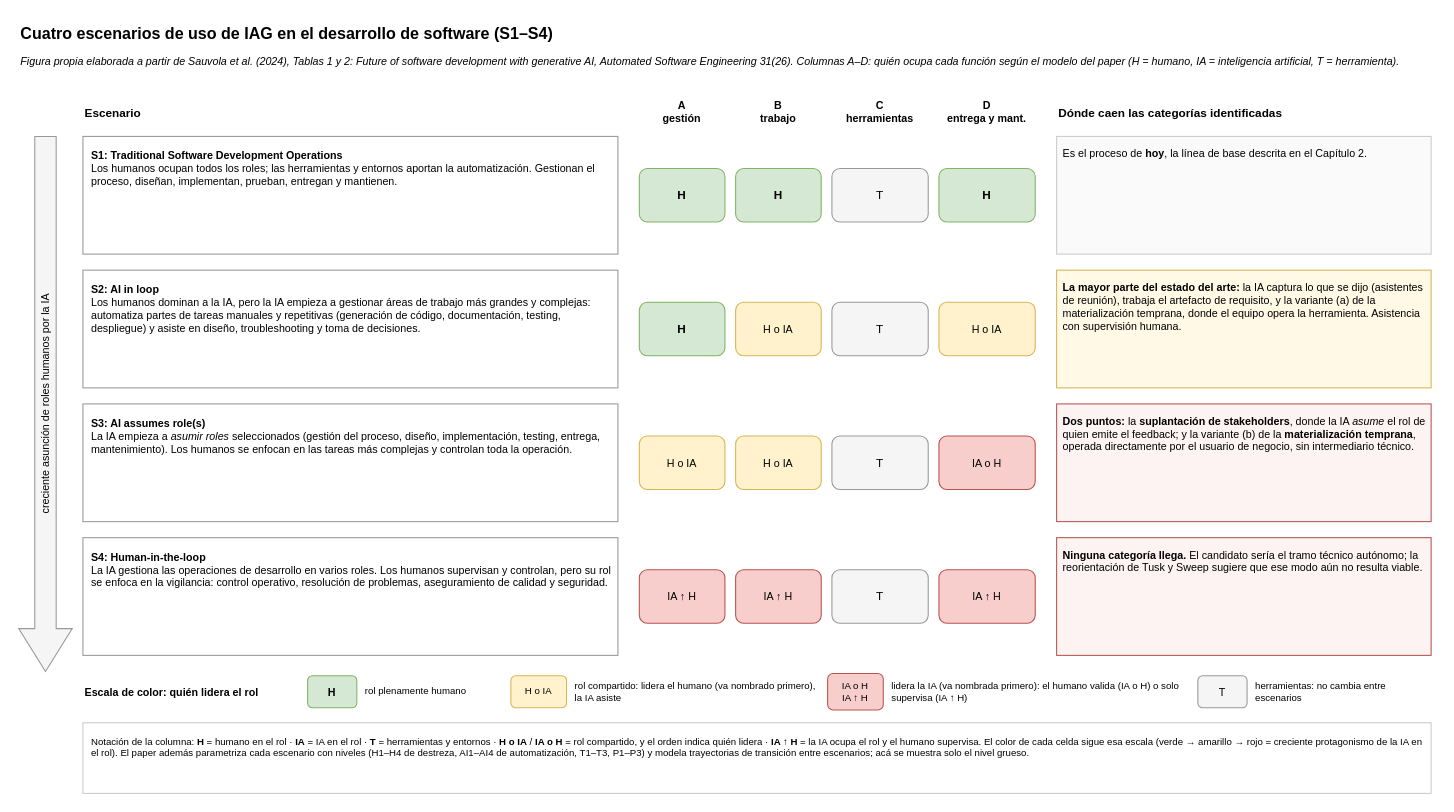
Before: sprint 15/diagramas/escenarios_s1_s4.drawio in vickychappuis/Tesis, a draw.io diagram. Source tidied: cells renumbered, new cells numbered last; positions are measured from the earlier drawing's top-left corner, leaving out a move shared by most shapes. Both pictures are drawn from the tidied source at 107%, with x=0, y=0 at pixel (18, 18).
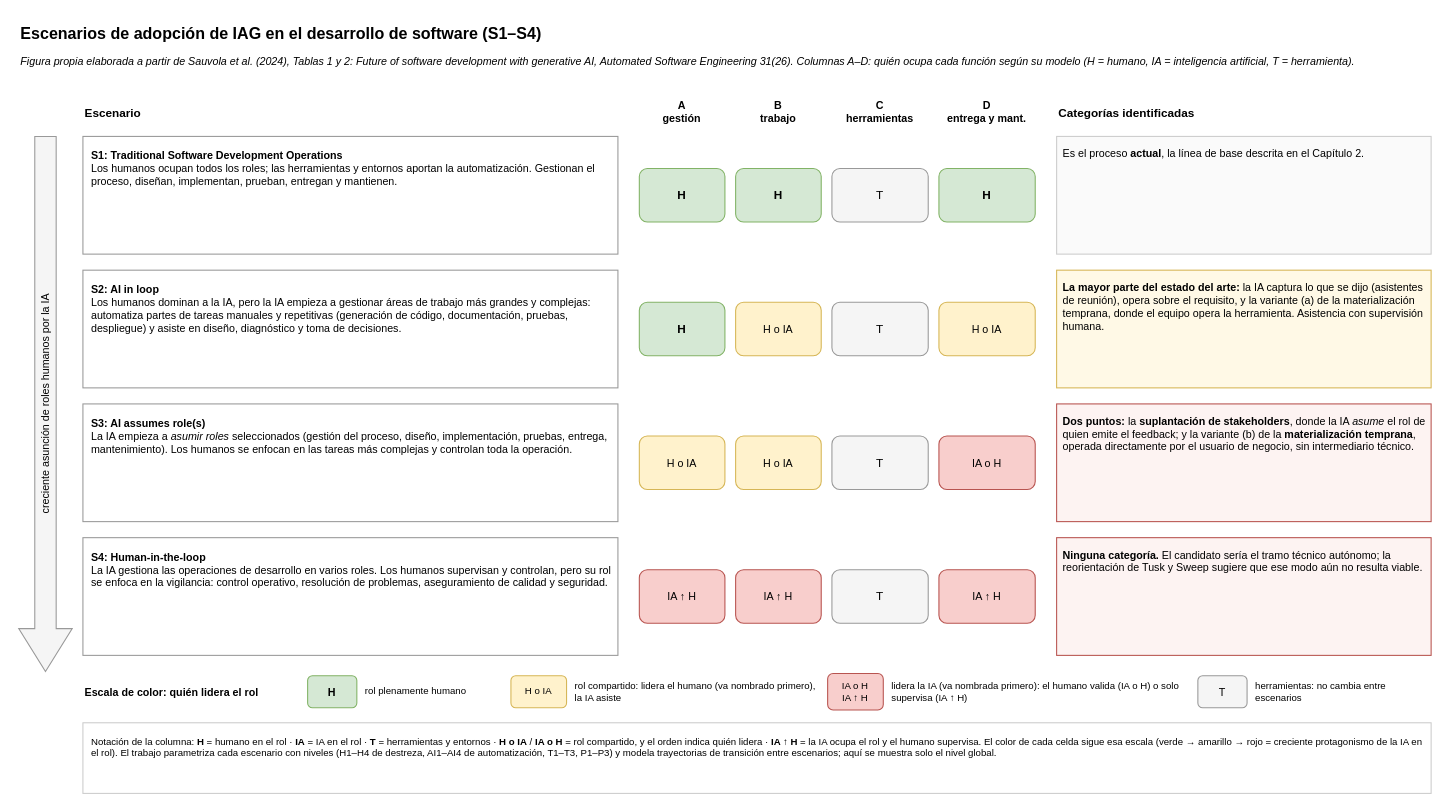
The same diagram, later.

Diff of the diagram source:
```diff
@@
-    <mxCell id="2" value="Cuatro escenarios de uso de IAG en el desarrollo de software (S1–S4)" style="text;html=1;strokeColor=none;fillColor=none;align=left;verticalAlign=middle;fontSize=15;fontStyle=1;" parent="1" vertex="1">
+    <mxCell id="2" value="Escenarios de adopción de IAG en el desarrollo de software (S1–S4)" style="text;html=1;strokeColor=none;fillColor=none;align=left;verticalAlign=middle;fontSize=15;fontStyle=1;" parent="1" vertex="1">
       <mxGeometry width="900" height="26" as="geometry" />
     </mxCell>
-    <mxCell id="3" value="Figura propia elaborada a partir de Sauvola et al. (2024), Tablas 1 y 2: &lt;i&gt;Future of software development with generative AI&lt;/i&gt;, Automated Software Engineering 31(26). Columnas A–D: quién ocupa cada función según el modelo del paper (H = humano, IA = inteligencia artificial, T = herramienta)." style="text;html=1;whiteSpace=wrap;strokeColor=none;fillColor=none;align=left;verticalAlign=top;fontSize=10;fontStyle=2;" parent="1" vertex="1">
+    <mxCell id="3" value="Figura propia elaborada a partir de Sauvola et al. (2024), Tablas 1 y 2: &lt;i&gt;Future of software development with generative AI&lt;/i&gt;, Automated Software Engineering 31(26). Columnas A–D: quién ocupa cada función según su modelo (H = humano, IA = inteligencia artificial, T = herramienta)." style="text;html=1;whiteSpace=wrap;strokeColor=none;fillColor=none;align=left;verticalAlign=top;fontSize=10;fontStyle=2;" parent="1" vertex="1">
       <mxGeometry y="28" width="1320" height="34" as="geometry" />
     </mxCell>
@@
-    <mxCell id="9" value="Dónde caen las categorías identificadas" style="text;html=1;strokeColor=none;fillColor=none;align=left;verticalAlign=middle;fontSize=11;fontStyle=1;" parent="1" vertex="1">
+    <mxCell id="9" value="Categorías identificadas" style="text;html=1;strokeColor=none;fillColor=none;align=left;verticalAlign=middle;fontSize=11;fontStyle=1;" parent="1" vertex="1">
       <mxGeometry x="970" y="76" width="350" height="24" as="geometry" />
     </mxCell>
@@
-    <mxCell id="16" value="Es el proceso de &lt;b&gt;hoy&lt;/b&gt;, la línea de base descrita en el Capítulo 2." style="text;html=1;whiteSpace=wrap;strokeColor=#CCCCCC;fillColor=#FAFAFA;align=left;verticalAlign=top;spacing=6;fontSize=10;" parent="1" vertex="1">
+    <mxCell id="16" value="Es el proceso &lt;b&gt;actual&lt;/b&gt;, la línea de base descrita en el Capítulo 2." style="text;html=1;whiteSpace=wrap;strokeColor=#CCCCCC;fillColor=#FAFAFA;align=left;verticalAlign=top;spacing=6;fontSize=10;" parent="1" vertex="1">
       <mxGeometry x="970" y="110" width="350" height="110" as="geometry" />
     </mxCell>
-    <mxCell id="17" value="&lt;b&gt;S2: AI in loop&lt;/b&gt;&lt;br&gt;Los humanos dominan a la IA, pero la IA empieza a gestionar áreas de trabajo más grandes y complejas: automatiza partes de tareas manuales y repetitivas (generación de código, documentación, testing, despliegue) y asiste en diseño, troubleshooting y toma de decisiones." style="rounded=0;whiteSpace=wrap;html=1;fillColor=#FFFFFF;strokeColor=#999999;align=left;verticalAlign=top;spacing=8;fontSize=10;" parent="1" vertex="1">
+    <mxCell id="17" value="&lt;b&gt;S2: AI in loop&lt;/b&gt;&lt;br&gt;Los humanos dominan a la IA, pero la IA empieza a gestionar áreas de trabajo más grandes y complejas: automatiza partes de tareas manuales y repetitivas (generación de código, documentación, pruebas, despliegue) y asiste en diseño, diagnóstico y toma de decisiones." style="rounded=0;whiteSpace=wrap;html=1;fillColor=#FFFFFF;strokeColor=#999999;align=left;verticalAlign=top;spacing=8;fontSize=10;" parent="1" vertex="1">
       <mxGeometry x="60" y="235" width="500" height="110" as="geometry" />
     </mxCell>
@@
-    <mxCell id="22" value="&lt;b&gt;La mayor parte del estado del arte:&lt;/b&gt; la IA captura lo que se dijo (asistentes de reunión), trabaja el artefacto de requisito, y la variante (a) de la materialización temprana, donde el equipo opera la herramienta. Asistencia con supervisión humana." style="text;html=1;whiteSpace=wrap;strokeColor=#D6B656;fillColor=#FFF9E6;align=left;verticalAlign=top;spacing=6;fontSize=10;" parent="1" vertex="1">
+    <mxCell id="22" value="&lt;b&gt;La mayor parte del estado del arte:&lt;/b&gt; la IA captura lo que se dijo (asistentes de reunión), opera sobre el requisito, y la variante (a) de la materialización temprana, donde el equipo opera la herramienta. Asistencia con supervisión humana." style="text;html=1;whiteSpace=wrap;strokeColor=#D6B656;fillColor=#FFF9E6;align=left;verticalAlign=top;spacing=6;fontSize=10;" parent="1" vertex="1">
       <mxGeometry x="970" y="235" width="350" height="110" as="geometry" />
     </mxCell>
-    <mxCell id="23" value="&lt;b&gt;S3: AI assumes role(s)&lt;/b&gt;&lt;br&gt;La IA empieza a &lt;i&gt;asumir roles&lt;/i&gt; seleccionados (gestión del proceso, diseño, implementación, testing, entrega, mantenimiento). Los humanos se enfocan en las tareas más complejas y controlan toda la operación." style="rounded=0;whiteSpace=wrap;html=1;fillColor=#FFFFFF;strokeColor=#999999;align=left;verticalAlign=top;spacing=8;fontSize=10;" parent="1" vertex="1">
+    <mxCell id="23" value="&lt;b&gt;S3: AI assumes role(s)&lt;/b&gt;&lt;br&gt;La IA empieza a &lt;i&gt;asumir roles&lt;/i&gt; seleccionados (gestión del proceso, diseño, implementación, pruebas, entrega, mantenimiento). Los humanos se enfocan en las tareas más complejas y controlan toda la operación." style="rounded=0;whiteSpace=wrap;html=1;fillColor=#FFFFFF;strokeColor=#999999;align=left;verticalAlign=top;spacing=8;fontSize=10;" parent="1" vertex="1">
       <mxGeometry x="60" y="360" width="500" height="110" as="geometry" />
     </mxCell>
@@
-    <mxCell id="34" value="&lt;b&gt;Ninguna categoría llega.&lt;/b&gt; El candidato sería el tramo técnico autónomo; la reorientación de Tusk y Sweep sugiere que ese modo aún no resulta viable." style="text;html=1;whiteSpace=wrap;strokeColor=#B85450;fillColor=#FDF3F2;align=left;verticalAlign=top;spacing=6;fontSize=10;" parent="1" vertex="1">
+    <mxCell id="34" value="&lt;b&gt;Ninguna categoría.&lt;/b&gt; El candidato sería el tramo técnico autónomo; la reorientación de Tusk y Sweep sugiere que ese modo aún no resulta viable." style="text;html=1;whiteSpace=wrap;strokeColor=#B85450;fillColor=#FDF3F2;align=left;verticalAlign=top;spacing=6;fontSize=10;" parent="1" vertex="1">
       <mxGeometry x="970" y="485" width="350" height="110" as="geometry" />
     </mxCell>
@@
-    <mxCell id="44" value="Notación de la columna: &lt;b&gt;H&lt;/b&gt; = humano en el rol · &lt;b&gt;IA&lt;/b&gt; = IA en el rol · &lt;b&gt;T&lt;/b&gt; = herramientas y entornos · &lt;b&gt;H o IA&lt;/b&gt; / &lt;b&gt;IA o H&lt;/b&gt; = rol compartido, y el orden indica quién lidera · &lt;b&gt;IA ↑ H&lt;/b&gt; = la IA ocupa el rol y el humano supervisa. El color de cada celda sigue esa escala (verde → amarillo → rojo = creciente protagonismo de la IA en el rol). El paper además parametriza cada escenario con niveles (H1–H4 de destreza, AI1–AI4 de automatización, T1–T3, P1–P3) y modela trayectorias de transición entre escenarios; acá se muestra solo el nivel grueso." style="text;html=1;whiteSpace=wrap;strokeColor=#CCCCCC;fillColor=#FFFFFF;align=left;verticalAlign=top;spacing=8;fontSize=9;" parent="1" vertex="1">
+    <mxCell id="44" value="Notación de la columna: &lt;b&gt;H&lt;/b&gt; = humano en el rol · &lt;b&gt;IA&lt;/b&gt; = IA en el rol · &lt;b&gt;T&lt;/b&gt; = herramientas y entornos · &lt;b&gt;H o IA&lt;/b&gt; / &lt;b&gt;IA o H&lt;/b&gt; = rol compartido, y el orden indica quién lidera · &lt;b&gt;IA ↑ H&lt;/b&gt; = la IA ocupa el rol y el humano supervisa. El color de cada celda sigue esa escala (verde → amarillo → rojo = creciente protagonismo de la IA en el rol). El trabajo parametriza cada escenario con niveles (H1–H4 de destreza, AI1–AI4 de automatización, T1–T3, P1–P3) y modela trayectorias de transición entre escenarios; aquí se muestra solo el nivel global." style="text;html=1;whiteSpace=wrap;strokeColor=#CCCCCC;fillColor=#FFFFFF;align=left;verticalAlign=top;spacing=8;fontSize=9;" parent="1" vertex="1">
       <mxGeometry x="60" y="658" width="1260" height="66" as="geometry" />
     </mxCell>
```
